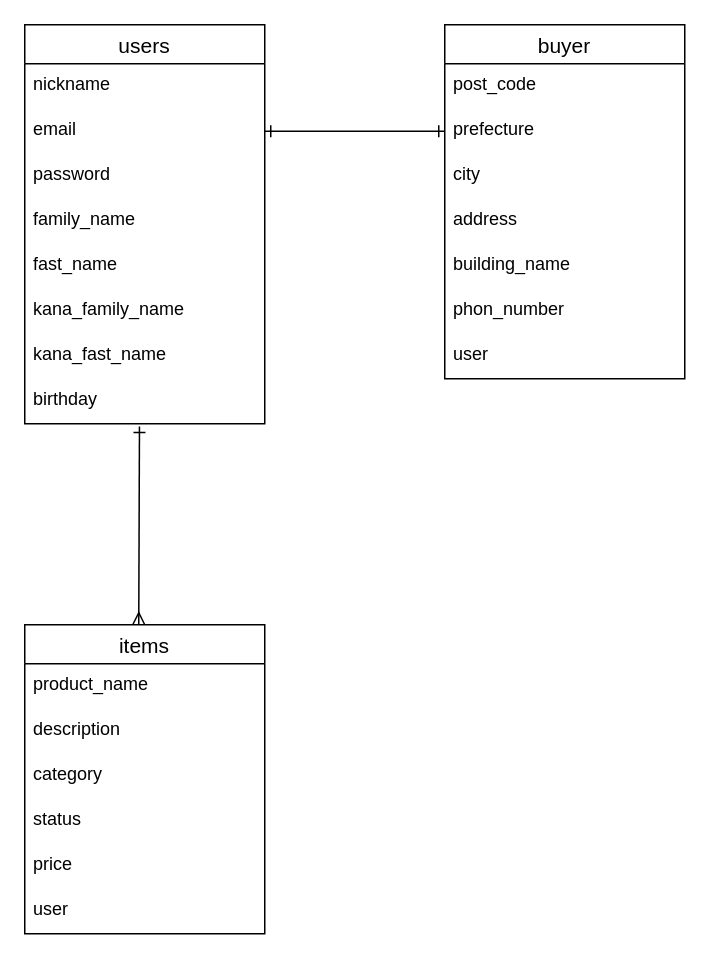
Earlier version of the draw.io diagram furima.dio (aimpcr/furima-38488). Source tidied: cells renumbered, new cells numbered last; positions are measured from the earlier drawing's top-left corner, leaving out a move shared by most shapes. Both pictures are drawn from the tidied source at 150%, with x=0, y=0 at pixel (24, 24).
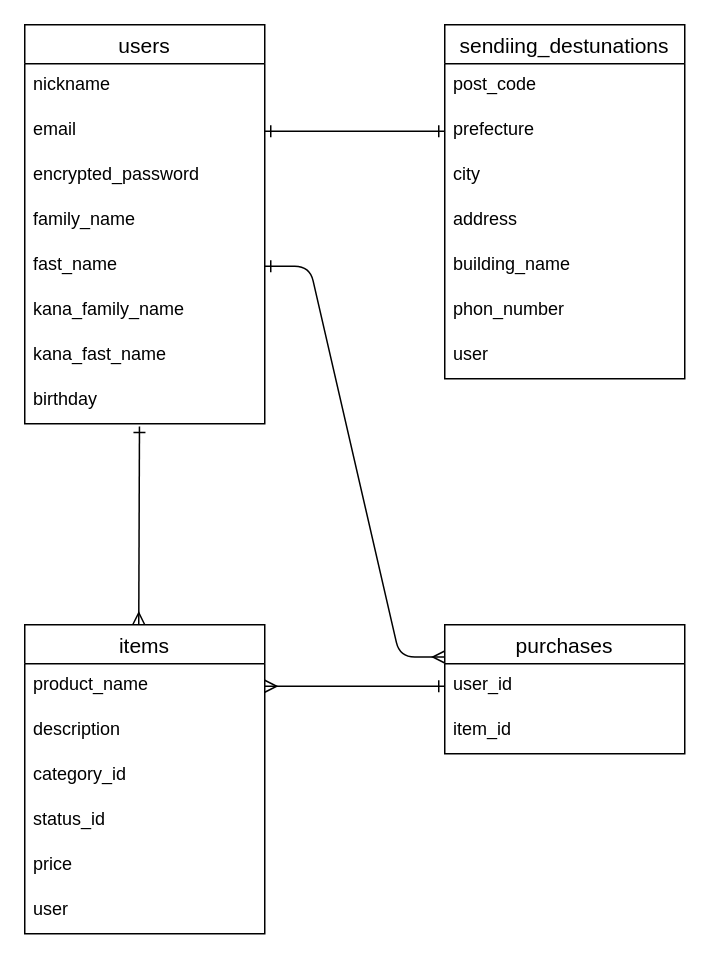
After the change.

The change refers to these unchanged cells:
```xml
<mxCell id="2" value="users" style="swimlane;fontStyle=0;horizontal=1;startSize=26;align=center;fontSize=14;" parent="1" vertex="1">
  <mxGeometry width="160" height="266" as="geometry" />
</mxCell>
<mxCell id="7" value="fast_name" style="text;strokeColor=none;fillColor=none;spacingLeft=4;spacingRight=4;overflow=hidden;points=[[0,0.5],[1,0.5]];portConstraint=eastwest;fontSize=12;" parent="2" vertex="1">
  <mxGeometry y="146" width="160" height="30" as="geometry" />
</mxCell>
<mxCell id="11" value="items" style="swimlane;fontStyle=0;horizontal=1;startSize=26;align=center;fontSize=14;" parent="1" vertex="1">
  <mxGeometry y="400" width="160" height="206" as="geometry" />
</mxCell>
<mxCell id="12" value="product_name" style="text;strokeColor=none;fillColor=none;spacingLeft=4;spacingRight=4;overflow=hidden;points=[[0,0.5],[1,0.5]];portConstraint=eastwest;fontSize=12;" parent="11" vertex="1">
  <mxGeometry y="26" width="160" height="30" as="geometry" />
</mxCell>
```

What changed in the source:
```diff
@@
-    <mxCell id="5" value="password" style="text;strokeColor=none;fillColor=none;spacingLeft=4;spacingRight=4;overflow=hidden;fontSize=12;" parent="2" vertex="1">
+    <mxCell id="5" value="encrypted_password" style="text;strokeColor=none;fillColor=none;spacingLeft=4;spacingRight=4;overflow=hidden;fontSize=12;" parent="2" vertex="1">
       <mxGeometry y="86" width="160" height="30" as="geometry" />
     </mxCell>
@@
-    <mxCell id="14" value="category" style="text;strokeColor=none;fillColor=none;spacingLeft=4;spacingRight=4;overflow=hidden;fontSize=12;" parent="11" vertex="1">
+    <mxCell id="14" value="category_id" style="text;strokeColor=none;fillColor=none;spacingLeft=4;spacingRight=4;overflow=hidden;fontSize=12;" parent="11" vertex="1">
       <mxGeometry y="86" width="160" height="30" as="geometry" />
     </mxCell>
-    <mxCell id="15" value="status" style="text;strokeColor=none;fillColor=none;spacingLeft=4;spacingRight=4;overflow=hidden;fontSize=12;" parent="11" vertex="1">
+    <mxCell id="15" value="status_id" style="text;strokeColor=none;fillColor=none;spacingLeft=4;spacingRight=4;overflow=hidden;fontSize=12;" parent="11" vertex="1">
       <mxGeometry y="116" width="160" height="30" as="geometry" />
     </mxCell>
@@
-    <mxCell id="19" value="buyer" style="swimlane;fontStyle=0;horizontal=1;startSize=26;align=center;fontSize=14;" parent="1" vertex="1">
+    <mxCell id="19" value="sendiing_destunations" style="swimlane;fontStyle=0;horizontal=1;startSize=26;align=center;fontSize=14;" parent="1" vertex="1">
       <mxGeometry x="280" width="160" height="236" as="geometry" />
     </mxCell>
@@
+    <mxCell id="28" value="purchases" style="swimlane;fontStyle=0;horizontal=1;startSize=26;align=center;fontSize=14;" parent="1" vertex="1">
+      <mxGeometry x="280" y="400" width="160" height="86" as="geometry" />
+    </mxCell>
+    <mxCell id="29" value="user_id" style="text;strokeColor=none;fillColor=none;spacingLeft=4;spacingRight=4;overflow=hidden;points=[[0,0.5],[1,0.5]];portConstraint=eastwest;fontSize=12;" parent="28" vertex="1">
+      <mxGeometry y="26" width="160" height="30" as="geometry" />
+    </mxCell>
+    <mxCell id="30" value="item_id" style="text;strokeColor=none;fillColor=none;spacingLeft=4;spacingRight=4;overflow=hidden;fontSize=12;" parent="28" vertex="1">
+      <mxGeometry y="56" width="160" height="30" as="geometry" />
+    </mxCell>
+    <mxCell id="31" style="endArrow=ERmany;html=1;rounded=0;exitX=0;exitY=0.5;exitDx=0;exitDy=0;startArrow=ERone;startFill=0;endFill=0;entryX=1;entryY=0.5;entryDx=0;entryDy=0;" parent="1" edge="1" source="29" target="12">
+      <mxGeometry relative="1" as="geometry" />
+    </mxCell>
+    <mxCell id="32" style="edgeStyle=entityRelationEdgeStyle;fontSize=12;html=1;endArrow=ERmany;entryX=0;entryY=0.25;entryDx=0;entryDy=0;exitX=1;exitY=0.5;exitDx=0;exitDy=0;startArrow=ERone;startFill=0;endFill=0;" parent="1" edge="1" source="7" target="28">
+      <mxGeometry relative="1" as="geometry" />
+    </mxCell>
```
